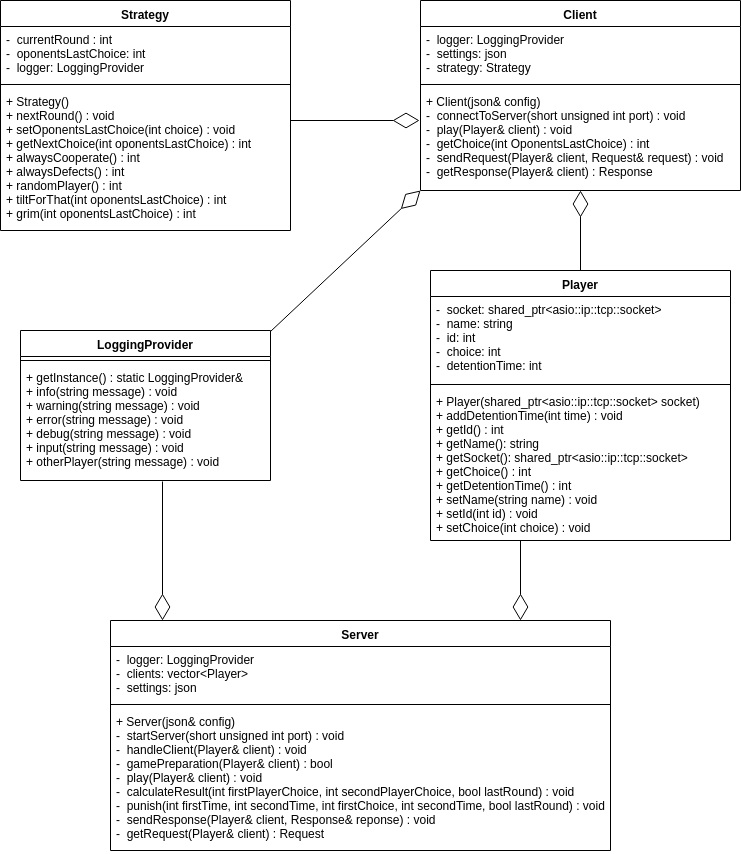
Above: grill/docs/UML.png in matthiasxg/PrisonersDilemma (draw.io), before the change. Source tidied: cells renumbered, new cells last; positions are measured from the earlier drawing's top-left corner, leaving out a move shared by most shapes.
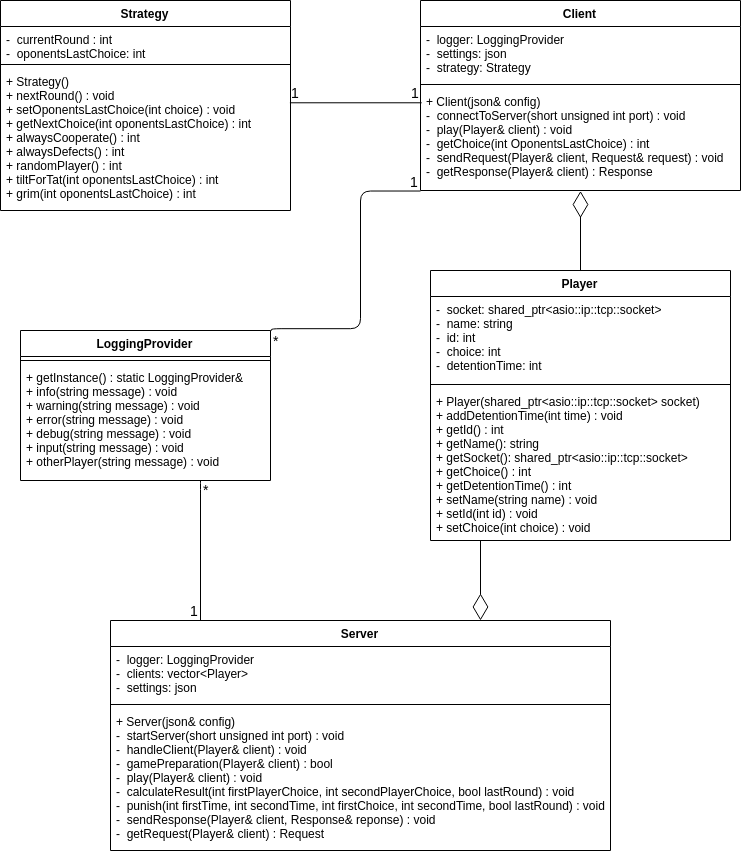
After the commit.

Change to the diagram source:
```diff
@@ -48,35 +48,63 @@
       <mxGeometry y="88" width="500" height="142" as="geometry" />
     </mxCell>
     <mxCell id="17" value="Strategy" style="swimlane;fontStyle=1;align=center;verticalAlign=top;horizontal=1;startSize=26;" parent="1" vertex="1">
-      <mxGeometry width="290" height="230" as="geometry" />
+      <mxGeometry width="290" height="210" as="geometry" />
     </mxCell>
-    <mxCell id="18" value="-  currentRound : int&#10;-  oponentsLastChoice: int&#10;-  logger: LoggingProvider&#10;" style="text;strokeColor=none;fillColor=none;align=left;verticalAlign=top;spacingLeft=4;spacingRight=4;overflow=hidden;" parent="17" vertex="1">
-      <mxGeometry y="26" width="290" height="54" as="geometry" />
+    <mxCell id="18" value="-  currentRound : int&#10;-  oponentsLastChoice: int&#10;" style="text;strokeColor=none;fillColor=none;align=left;verticalAlign=top;spacingLeft=4;spacingRight=4;overflow=hidden;" parent="17" vertex="1">
+      <mxGeometry y="26" width="290" height="34" as="geometry" />
     </mxCell>
     <mxCell id="19" style="line;strokeWidth=1;fillColor=none;align=left;verticalAlign=middle;spacingTop=-1;spacingLeft=3;spacingRight=3;labelPosition=right;" parent="17" vertex="1">
-      <mxGeometry y="80" width="290" height="8" as="geometry" />
+      <mxGeometry y="60" width="290" height="8" as="geometry" />
     </mxCell>
-    <mxCell id="20" value="+ Strategy()&#10;+ nextRound() : void&#10;+ setOponentsLastChoice(int choice) : void&#10;+ getNextChoice(int oponentsLastChoice) : int&#10;+ alwaysCooperate() : int&#10;+ alwaysDefects() : int&#10;+ randomPlayer() : int&#10;+ tiltForThat(int oponentsLastChoice) : int&#10;+ grim(int oponentsLastChoice) : int&#10;" style="text;strokeColor=none;fillColor=none;align=left;verticalAlign=top;spacingLeft=4;spacingRight=4;overflow=hidden;points=[[0,0.5],[1,0.5]];portConstraint=eastwest;" parent="17" vertex="1">
-      <mxGeometry y="88" width="290" height="142" as="geometry" />
+    <mxCell id="20" value="+ Strategy()&#10;+ nextRound() : void&#10;+ setOponentsLastChoice(int choice) : void&#10;+ getNextChoice(int oponentsLastChoice) : int&#10;+ alwaysCooperate() : int&#10;+ alwaysDefects() : int&#10;+ randomPlayer() : int&#10;+ tiltForTat(int oponentsLastChoice) : int&#10;+ grim(int oponentsLastChoice) : int&#10;" style="text;strokeColor=none;fillColor=none;align=left;verticalAlign=top;spacingLeft=4;spacingRight=4;overflow=hidden;points=[[0,0.5],[1,0.5]];portConstraint=eastwest;" parent="17" vertex="1">
+      <mxGeometry y="68" width="290" height="142" as="geometry" />
     </mxCell>
-    <mxCell id="21" style="endArrow=diamondThin;endFill=0;endSize=24;html=1;exitX=0.299;exitY=0.997;exitDx=0;exitDy=0;exitPerimeter=0;" parent="1" edge="1" source="12">
-      <mxGeometry relative="1" as="geometry">
-        <mxPoint x="520" y="620" as="targetPoint" />
-      </mxGeometry>
-    </mxCell>
     <mxCell id="22" style="endArrow=diamondThin;endFill=0;endSize=24;html=1;exitX=0.5;exitY=0;exitDx=0;exitDy=0;entryX=0.5;entryY=1;entryDx=0;entryDy=0;" parent="1" edge="1" source="9" target="2">
       <mxGeometry relative="1" as="geometry" />
     </mxCell>
+    <mxCell id="26" style="endArrow=none;html=1;edgeStyle=orthogonalEdgeStyle;entryX=0.18;entryY=0;entryDx=0;entryDy=0;entryPerimeter=0;exitX=0.719;exitY=1.004;exitDx=0;exitDy=0;exitPerimeter=0;" parent="1" edge="1" source="8" target="13">
+      <mxGeometry relative="1" as="geometry">
+        <Array as="points">
+          <mxPoint x="200" y="484" />
+        </Array>
+      </mxGeometry>
+    </mxCell>
+    <mxCell id="27" value="*" style="html=1;align=left;verticalAlign=bottom;labelBackgroundColor=#ffffff;fontSize=14;" parent="26" vertex="1">
+      <mxGeometry x="-1" relative="1" as="geometry">
+        <mxPoint x="0.5" y="19.5" as="offset" />
+      </mxGeometry>
+    </mxCell>
+    <mxCell id="28" value="1" style="html=1;align=right;verticalAlign=bottom;labelBackgroundColor=#ffffff;fontSize=14;" parent="26" vertex="1">
+      <mxGeometry x="1" relative="1" as="geometry" />
+    </mxCell>
+    <mxCell id="24" style="endArrow=none;html=1;edgeStyle=orthogonalEdgeStyle;entryX=0;entryY=1.001;entryDx=0;entryDy=0;entryPerimeter=0;exitX=1;exitY=0.003;exitDx=0;exitDy=0;exitPerimeter=0;" parent="1" edge="1" source="6" target="5">
+      <mxGeometry relative="1" as="geometry">
+        <Array as="points">
+          <mxPoint x="270" y="328" />
+          <mxPoint x="360" y="328" />
+          <mxPoint x="360" y="190" />
+        </Array>
+      </mxGeometry>
+    </mxCell>
+    <mxCell id="29" value="*" style="html=1;align=left;verticalAlign=bottom;labelBackgroundColor=#ffffff;fontSize=14;" parent="24" vertex="1">
+      <mxGeometry x="-1" relative="1" as="geometry">
+        <mxPoint y="19.5" as="offset" />
+      </mxGeometry>
+    </mxCell>
+    <mxCell id="30" value="1" style="html=1;align=right;verticalAlign=bottom;labelBackgroundColor=#ffffff;fontSize=14;" parent="24" vertex="1">
+      <mxGeometry x="1" relative="1" as="geometry" />
+    </mxCell>
-    <mxCell id="23" style="endArrow=diamondThin;endFill=0;endSize=24;html=1;entryX=-0.002;entryY=0.318;entryDx=0;entryDy=0;entryPerimeter=0;exitX=1;exitY=0.226;exitDx=0;exitDy=0;exitPerimeter=0;" parent="1" edge="1" source="20" target="5">
+    <mxCell id="23" style="endArrow=none;html=1;edgeStyle=orthogonalEdgeStyle;fontSize=14;entryX=0.002;entryY=0.141;entryDx=0;entryDy=0;entryPerimeter=0;exitX=0.998;exitY=0.243;exitDx=0;exitDy=0;exitPerimeter=0;" parent="1" edge="1" source="20" target="5">
       <mxGeometry relative="1" as="geometry" />
     </mxCell>
-    <mxCell id="24" style="endArrow=diamondThin;endFill=0;endSize=24;html=1;entryX=-0.001;entryY=1.001;entryDx=0;entryDy=0;entryPerimeter=0;exitX=0.999;exitY=0.004;exitDx=0;exitDy=0;exitPerimeter=0;" parent="1" edge="1" source="6" target="5">
-      <mxGeometry relative="1" as="geometry" />
-    </mxCell>
-    <mxCell id="25" style="endArrow=diamondThin;endFill=0;endSize=24;html=1;exitX=0.568;exitY=1.009;exitDx=0;exitDy=0;exitPerimeter=0;" parent="1" edge="1" source="8">
-      <mxGeometry relative="1" as="geometry">
-        <mxPoint x="162" y="620" as="targetPoint" />
-      </mxGeometry>
-    </mxCell>
+    <mxCell id="31" value="1" style="html=1;align=left;verticalAlign=bottom;labelBackgroundColor=#ffffff;fontSize=14;" parent="23" vertex="1">
+      <mxGeometry x="-1" relative="1" as="geometry" />
+    </mxCell>
+    <mxCell id="32" value="1" style="html=1;align=right;verticalAlign=bottom;labelBackgroundColor=#ffffff;fontSize=14;" parent="23" vertex="1">
+      <mxGeometry x="1" relative="1" as="geometry" />
+    </mxCell>
+    <mxCell id="33" style="endArrow=diamondThin;endFill=0;endSize=24;html=1;fontSize=14;exitX=0.168;exitY=1.002;exitDx=0;exitDy=0;exitPerimeter=0;entryX=0.74;entryY=0.002;entryDx=0;entryDy=0;entryPerimeter=0;" parent="1" edge="1" source="12" target="13">
+      <mxGeometry relative="1" as="geometry" />
+    </mxCell>
   </root>
 </mxGraphModel>
```
